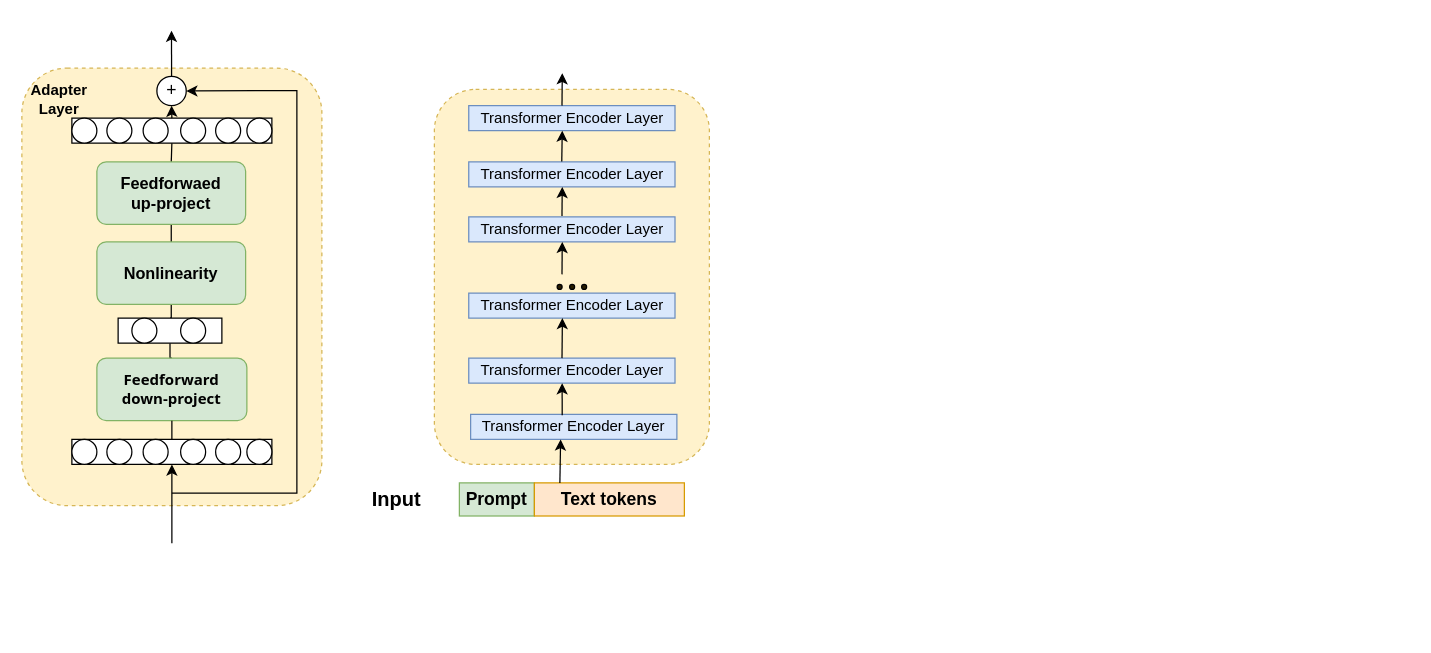
This is draw.io/预答辩.drawio from Liang-yonghui/draw, a draw.io file, before an edit. Source tidied: cells renumbered, new cells numbered last; positions are measured from the earlier drawing's top-left corner, leaving out a move shared by most shapes. Both pictures are drawn from the tidied source at 125%, with x=0, y=0 at pixel (21, 30).
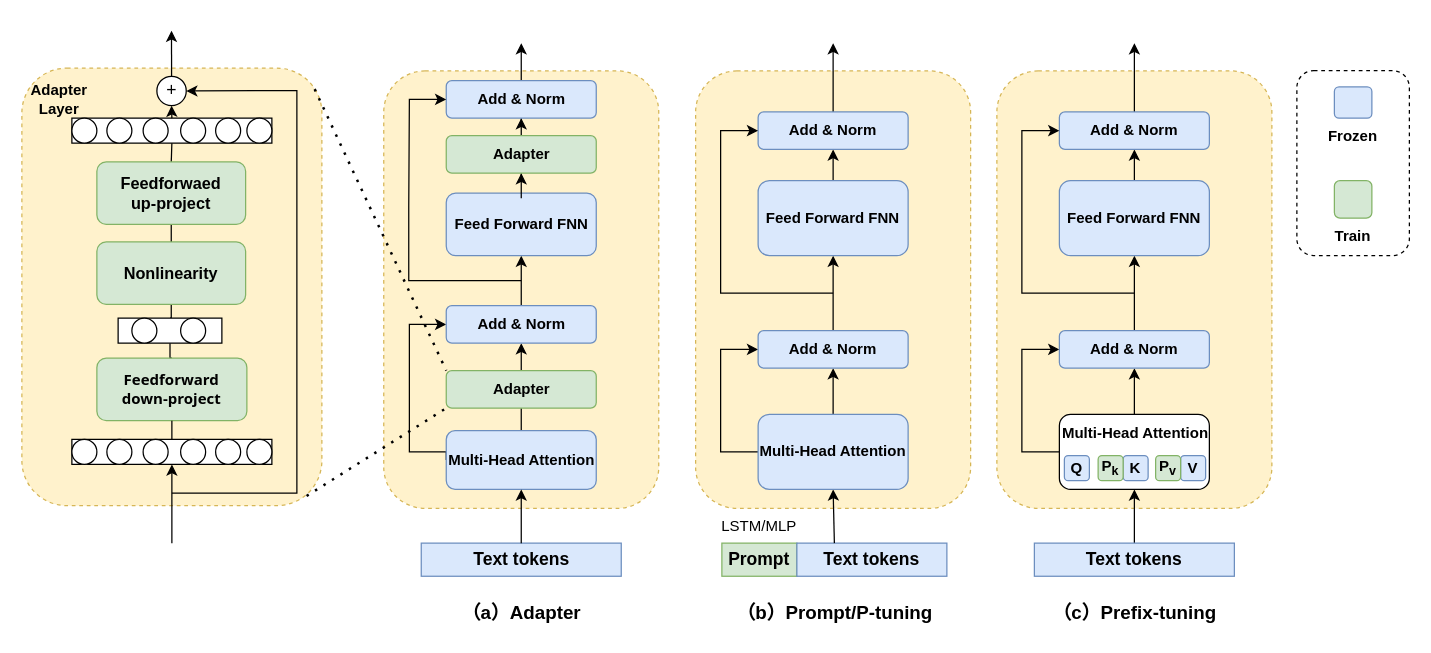
After the change.

Commit message (it also covers changes not shown here):
更新预答辩.drawio

The change refers to these unchanged cells:
```xml
<mxCell id="2" style="rounded=1;whiteSpace=wrap;html=1;dashed=1;fillColor=#fff2cc;strokeColor=#d6b656;" parent="1" vertex="1">
  <mxGeometry y="30" width="240" height="350" as="geometry" />
</mxCell>
```

What changed in the source:
```diff
@@
-    <mxCell id="36" style="rounded=1;whiteSpace=wrap;html=1;labelBorderColor=none;dashed=1;fillColor=#fff2cc;strokeColor=#d6b656;" parent="1" vertex="1">
-      <mxGeometry x="330" y="47" width="220" height="300" as="geometry" />
-    </mxCell>
-    <mxCell id="37" value="&lt;b&gt;&lt;font style=&quot;font-size: 16px;&quot;&gt;Input&lt;/font&gt;&lt;/b&gt;" style="text;html=1;align=center;verticalAlign=middle;whiteSpace=wrap;rounded=0;" parent="1" vertex="1">
-      <mxGeometry x="270" y="360" width="60" height="30" as="geometry" />
-    </mxCell>
-    <mxCell id="38" value="Transformer Encoder Layer" style="rounded=0;whiteSpace=wrap;html=1;fillColor=#dae8fc;strokeColor=#6c8ebf;" parent="1" vertex="1">
-      <mxGeometry x="359" y="307" width="165" height="20" as="geometry" />
-    </mxCell>
-    <mxCell id="39" value="Transformer Encoder Layer" style="rounded=0;whiteSpace=wrap;html=1;fillColor=#dae8fc;strokeColor=#6c8ebf;" parent="1" vertex="1">
-      <mxGeometry x="357.5" y="262" width="165" height="20" as="geometry" />
-    </mxCell>
-    <mxCell id="40" value="Transformer Encoder Layer" style="rounded=0;whiteSpace=wrap;html=1;fillColor=#dae8fc;strokeColor=#6c8ebf;" parent="1" vertex="1">
-      <mxGeometry x="357.5" y="210" width="165" height="20" as="geometry" />
-    </mxCell>
-    <mxCell id="41" style="ellipse;whiteSpace=wrap;html=1;fillStyle=auto;fillColor=#281D00;" parent="1" vertex="1">
-      <mxGeometry x="428.2" y="203" width="4" height="4" as="geometry" />
-    </mxCell>
-    <mxCell id="42" style="ellipse;whiteSpace=wrap;html=1;fillStyle=auto;fillColor=#281D00;" parent="1" vertex="1">
-      <mxGeometry x="438.2" y="203" width="4" height="4" as="geometry" />
-    </mxCell>
-    <mxCell id="43" style="ellipse;whiteSpace=wrap;html=1;fillStyle=auto;fillColor=#281D00;" parent="1" vertex="1">
-      <mxGeometry x="447.8" y="203" width="4" height="4" as="geometry" />
-    </mxCell>
-    <mxCell id="44" value="Transformer Encoder Layer" style="rounded=0;whiteSpace=wrap;html=1;fillColor=#dae8fc;strokeColor=#6c8ebf;" parent="1" vertex="1">
-      <mxGeometry x="357.5" y="149" width="165" height="20" as="geometry" />
-    </mxCell>
-    <mxCell id="45" value="Transformer Encoder Layer" style="rounded=0;whiteSpace=wrap;html=1;fillColor=#dae8fc;strokeColor=#6c8ebf;" parent="1" vertex="1">
-      <mxGeometry x="357.5" y="105" width="165" height="20" as="geometry" />
-    </mxCell>
-    <mxCell id="46" value="Transformer Encoder Layer" style="rounded=0;whiteSpace=wrap;html=1;fillColor=#dae8fc;strokeColor=#6c8ebf;" parent="1" vertex="1">
-      <mxGeometry x="357.5" y="60" width="165" height="20" as="geometry" />
-    </mxCell>
-    <mxCell id="47" style="group;" parent="1" vertex="1">
-      <mxGeometry x="350" y="361.8" width="180" height="26.5" as="geometry" />
-    </mxCell>
+    <mxCell id="57" style="rounded=1;whiteSpace=wrap;html=1;labelBorderColor=none;dashed=1;fillColor=#fff2cc;strokeColor=#d6b656;" parent="1" vertex="1">
+      <mxGeometry x="780" y="32.2" width="220" height="350" as="geometry" />
+    </mxCell>
+    <mxCell id="58" value="&lt;b&gt;&lt;font style=&quot;font-size: 14px;&quot;&gt;Text tokens&lt;/font&gt;&lt;/b&gt;" style="rounded=0;whiteSpace=wrap;html=1;fillColor=#dae8fc;strokeColor=#6c8ebf;" parent="1" vertex="1">
+      <mxGeometry x="319.5" y="410" width="160" height="26.5" as="geometry" />
+    </mxCell>
+    <mxCell id="59" style="group;" parent="1" vertex="1">
+      <mxGeometry x="560" y="410" width="180" height="26.5" as="geometry" />
+    </mxCell>
-    <mxCell id="48" value="&lt;b&gt;&lt;font style=&quot;font-size: 14px;&quot;&gt;Prompt&lt;/font&gt;&lt;/b&gt;" style="rounded=0;whiteSpace=wrap;html=1;fillColor=#d5e8d4;strokeColor=#82b366;" parent="47" vertex="1">
+    <mxCell id="48" value="&lt;b&gt;&lt;font style=&quot;font-size: 14px;&quot;&gt;Prompt&lt;/font&gt;&lt;/b&gt;" style="rounded=0;whiteSpace=wrap;html=1;fillColor=#d5e8d4;strokeColor=#82b366;" parent="59" vertex="1">
       <mxGeometry width="60" height="26.5" as="geometry" />
     </mxCell>
-    <mxCell id="49" value="&lt;b&gt;&lt;font style=&quot;font-size: 14px;&quot;&gt;Text tokens&lt;/font&gt;&lt;/b&gt;" style="rounded=0;whiteSpace=wrap;html=1;fillColor=#ffe6cc;strokeColor=#d79b00;" parent="47" vertex="1">
+    <mxCell id="49" value="&lt;b&gt;&lt;font style=&quot;font-size: 14px;&quot;&gt;Text tokens&lt;/font&gt;&lt;/b&gt;" style="rounded=0;whiteSpace=wrap;html=1;fillColor=#dae8fc;strokeColor=#6c8ebf;" parent="59" vertex="1">
       <mxGeometry x="60" width="120" height="26.5" as="geometry" />
     </mxCell>
+    <mxCell id="60" style="rounded=1;whiteSpace=wrap;html=1;labelBorderColor=none;dashed=1;fillColor=#fff2cc;strokeColor=#d6b656;" parent="1" vertex="1">
+      <mxGeometry x="539" y="32.2" width="220" height="350" as="geometry" />
+    </mxCell>
-    <mxCell id="50" style="endArrow=classic;html=1;rounded=0;entryX=0.131;entryY=1.011;entryDx=0;entryDy=0;entryPerimeter=0;exitX=0.17;exitY=0.001;exitDx=0;exitDy=0;exitPerimeter=0;" parent="1" edge="1" source="49">
-      <mxGeometry relative="1" as="geometry">
-        <mxPoint x="431" y="327" as="targetPoint" />
-      </mxGeometry>
+    <mxCell id="50" style="endArrow=classic;html=1;rounded=0;exitX=0.25;exitY=0;exitDx=0;exitDy=0;entryX=0.5;entryY=1;entryDx=0;entryDy=0;" parent="1" edge="1" source="49" target="63">
+      <mxGeometry relative="1" as="geometry" />
     </mxCell>
-    <mxCell id="51" style="endArrow=classic;html=1;rounded=0;entryX=0.131;entryY=1.011;entryDx=0;entryDy=0;entryPerimeter=0;exitX=0.444;exitY=0.039;exitDx=0;exitDy=0;exitPerimeter=0;" parent="1" edge="1" source="38">
-      <mxGeometry relative="1" as="geometry">
-        <mxPoint x="432.2" y="282" as="targetPoint" />
-      </mxGeometry>
-    </mxCell>
-    <mxCell id="52" style="endArrow=classic;html=1;rounded=0;entryX=0.454;entryY=0.996;entryDx=0;entryDy=0;entryPerimeter=0;exitX=0.444;exitY=0.039;exitDx=0;exitDy=0;exitPerimeter=0;" parent="1" edge="1" target="40">
-      <mxGeometry relative="1" as="geometry">
-        <mxPoint x="432.1" y="262" as="sourcePoint" />
-      </mxGeometry>
-    </mxCell>
-    <mxCell id="53" style="endArrow=classic;html=1;rounded=0;entryX=0.131;entryY=1.011;entryDx=0;entryDy=0;entryPerimeter=0;exitX=0.444;exitY=0.039;exitDx=0;exitDy=0;exitPerimeter=0;" parent="1" edge="1">
-      <mxGeometry relative="1" as="geometry">
-        <mxPoint x="432.1" y="195" as="sourcePoint" />
-        <mxPoint x="432.3" y="169" as="targetPoint" />
-      </mxGeometry>
-    </mxCell>
-    <mxCell id="54" style="endArrow=classic;html=1;rounded=0;entryX=0.131;entryY=1.011;entryDx=0;entryDy=0;entryPerimeter=0;exitX=0.452;exitY=-0.033;exitDx=0;exitDy=0;exitPerimeter=0;" parent="1" edge="1" source="44">
-      <mxGeometry relative="1" as="geometry">
-        <mxPoint x="432.3" y="125" as="targetPoint" />
-      </mxGeometry>
-    </mxCell>
-    <mxCell id="55" style="endArrow=classic;html=1;rounded=0;entryX=0.131;entryY=1.011;entryDx=0;entryDy=0;entryPerimeter=0;exitX=0.451;exitY=-0.013;exitDx=0;exitDy=0;exitPerimeter=0;" parent="1" edge="1" source="45">
-      <mxGeometry relative="1" as="geometry">
-        <mxPoint x="432.3" y="80" as="targetPoint" />
-      </mxGeometry>
-    </mxCell>
-    <mxCell id="56" style="endArrow=classic;html=1;rounded=0;entryX=0.131;entryY=1.011;entryDx=0;entryDy=0;entryPerimeter=0;exitX=0.444;exitY=0.039;exitDx=0;exitDy=0;exitPerimeter=0;" parent="1" edge="1">
-      <mxGeometry relative="1" as="geometry">
-        <mxPoint x="432.1" y="60" as="sourcePoint" />
-        <mxPoint x="432.3" y="34" as="targetPoint" />
-      </mxGeometry>
-    </mxCell>
+    <mxCell id="61" style="edgeStyle=orthogonalEdgeStyle;rounded=0;jettySize=auto;html=1;exitX=0;exitY=0.5;exitDx=0;exitDy=0;entryX=0;entryY=0.5;entryDx=0;entryDy=0;fontStyle=1;" parent="1" edge="1" source="63" target="65">
+      <mxGeometry relative="1" as="geometry">
+        <Array as="points">
+          <mxPoint x="559" y="337" />
+          <mxPoint x="559" y="255" />
+        </Array>
+      </mxGeometry>
+    </mxCell>
+    <mxCell id="62" style="edgeStyle=orthogonalEdgeStyle;rounded=0;jettySize=auto;html=1;entryX=0.5;entryY=1;entryDx=0;entryDy=0;" parent="1" edge="1" source="63" target="65">
+      <mxGeometry relative="1" as="geometry" />
+    </mxCell>
+    <mxCell id="63" value="&lt;b&gt;Multi-Head Attention&lt;/b&gt;" style="rounded=1;whiteSpace=wrap;html=1;fillColor=#dae8fc;strokeColor=#6c8ebf;" parent="1" vertex="1">
+      <mxGeometry x="589" y="307" width="120" height="60" as="geometry" />
+    </mxCell>
+    <mxCell id="64" style="edgeStyle=orthogonalEdgeStyle;rounded=0;jettySize=auto;html=1;entryX=0.5;entryY=1;entryDx=0;entryDy=0;" parent="1" edge="1" source="65" target="67">
+      <mxGeometry relative="1" as="geometry" />
+    </mxCell>
+    <mxCell id="65" value="&lt;b&gt;Add &amp;amp; Norm&lt;/b&gt;" style="rounded=1;whiteSpace=wrap;html=1;fillColor=#dae8fc;strokeColor=#6c8ebf;" parent="1" vertex="1">
+      <mxGeometry x="589" y="240" width="120" height="30" as="geometry" />
+    </mxCell>
+    <mxCell id="66" style="edgeStyle=orthogonalEdgeStyle;rounded=0;jettySize=auto;html=1;entryX=0.5;entryY=1;entryDx=0;entryDy=0;" parent="1" edge="1" source="67" target="69">
+      <mxGeometry relative="1" as="geometry" />
+    </mxCell>
+    <mxCell id="67" value="&lt;b&gt;Feed Forward FNN&lt;/b&gt;" style="rounded=1;whiteSpace=wrap;html=1;fillColor=#dae8fc;strokeColor=#6c8ebf;" parent="1" vertex="1">
+      <mxGeometry x="589" y="120" width="120" height="60" as="geometry" />
+    </mxCell>
+    <mxCell id="68" style="edgeStyle=orthogonalEdgeStyle;rounded=0;jettySize=auto;html=1;" parent="1" edge="1" source="69">
+      <mxGeometry relative="1" as="geometry">
+        <mxPoint x="649" y="10" as="targetPoint" />
+      </mxGeometry>
+    </mxCell>
+    <mxCell id="69" value="&lt;b&gt;Add &amp;amp; Norm&lt;/b&gt;" style="rounded=1;whiteSpace=wrap;html=1;fillColor=#dae8fc;strokeColor=#6c8ebf;" parent="1" vertex="1">
+      <mxGeometry x="589" y="65" width="120" height="30" as="geometry" />
+    </mxCell>
+    <mxCell id="70" style="endArrow=classic;html=1;rounded=0;entryX=0;entryY=0.5;entryDx=0;entryDy=0;" parent="1" edge="1" target="69">
+      <mxGeometry relative="1" as="geometry">
+        <mxPoint x="649" y="210" as="sourcePoint" />
+        <Array as="points">
+          <mxPoint x="559" y="210" />
+          <mxPoint x="559" y="150" />
+          <mxPoint x="559" y="80" />
+        </Array>
+      </mxGeometry>
+    </mxCell>
+    <mxCell id="71" value="LSTM/MLP" style="text;html=1;align=center;verticalAlign=middle;whiteSpace=wrap;rounded=0;" parent="1" vertex="1">
+      <mxGeometry x="560" y="382.2" width="60" height="30" as="geometry" />
+    </mxCell>
+    <mxCell id="72" style="edgeStyle=orthogonalEdgeStyle;rounded=0;jettySize=auto;html=1;entryX=0.5;entryY=1;entryDx=0;entryDy=0;" parent="1" edge="1" source="73" target="76">
+      <mxGeometry relative="1" as="geometry" />
+    </mxCell>
+    <mxCell id="73" value="&lt;b&gt;&lt;font style=&quot;font-size: 14px;&quot;&gt;Text tokens&lt;/font&gt;&lt;/b&gt;" style="rounded=0;whiteSpace=wrap;html=1;fillColor=#dae8fc;strokeColor=#6c8ebf;" parent="1" vertex="1">
+      <mxGeometry x="810" y="410" width="160" height="26.5" as="geometry" />
+    </mxCell>
+    <mxCell id="74" style="edgeStyle=orthogonalEdgeStyle;rounded=0;jettySize=auto;html=1;entryX=0;entryY=0.5;entryDx=0;entryDy=0;exitX=0;exitY=0.5;exitDx=0;exitDy=0;" parent="1" edge="1" source="76" target="84">
+      <mxGeometry relative="1" as="geometry">
+        <Array as="points">
+          <mxPoint x="800" y="337" />
+          <mxPoint x="800" y="255" />
+        </Array>
+      </mxGeometry>
+    </mxCell>
+    <mxCell id="75" style="edgeStyle=orthogonalEdgeStyle;rounded=0;jettySize=auto;html=1;entryX=0.5;entryY=1;entryDx=0;entryDy=0;" parent="1" edge="1" source="76" target="84">
+      <mxGeometry relative="1" as="geometry" />
+    </mxCell>
+    <mxCell id="76" style="rounded=1;whiteSpace=wrap;html=1;" parent="1" vertex="1">
+      <mxGeometry x="830" y="307" width="120" height="60" as="geometry" />
+    </mxCell>
+    <mxCell id="77" value="&lt;b&gt;Q&lt;/b&gt;" style="rounded=1;whiteSpace=wrap;html=1;fillColor=#dae8fc;strokeColor=#6c8ebf;" parent="1" vertex="1">
+      <mxGeometry x="834" y="340" width="20" height="20" as="geometry" />
+    </mxCell>
+    <mxCell id="78" value="&lt;b&gt;K&lt;/b&gt;" style="rounded=1;whiteSpace=wrap;html=1;fillColor=#dae8fc;strokeColor=#6c8ebf;" parent="1" vertex="1">
+      <mxGeometry x="881" y="340" width="20" height="20" as="geometry" />
+    </mxCell>
+    <mxCell id="79" value="&lt;b&gt;P&lt;sub&gt;k&lt;/sub&gt;&lt;/b&gt;" style="rounded=1;whiteSpace=wrap;html=1;fillColor=#d5e8d4;strokeColor=#82b366;" parent="1" vertex="1">
+      <mxGeometry x="861" y="340" width="20" height="20" as="geometry" />
+    </mxCell>
+    <mxCell id="80" value="&lt;b&gt;V&lt;/b&gt;" style="rounded=1;whiteSpace=wrap;html=1;fillColor=#dae8fc;strokeColor=#6c8ebf;" parent="1" vertex="1">
+      <mxGeometry x="927" y="340" width="20" height="20" as="geometry" />
+    </mxCell>
+    <mxCell id="81" value="&lt;b&gt;P&lt;sub&gt;v&lt;/sub&gt;&lt;/b&gt;" style="rounded=1;whiteSpace=wrap;html=1;fillColor=#d5e8d4;strokeColor=#82b366;" parent="1" vertex="1">
+      <mxGeometry x="907" y="340" width="20" height="20" as="geometry" />
+    </mxCell>
+    <mxCell id="82" value="&lt;b&gt;Multi-Head Attention&lt;/b&gt;" style="text;html=1;align=center;verticalAlign=middle;whiteSpace=wrap;rounded=0;" parent="1" vertex="1">
+      <mxGeometry x="828" y="312" width="126" height="20" as="geometry" />
+    </mxCell>
+    <mxCell id="83" style="edgeStyle=orthogonalEdgeStyle;rounded=0;jettySize=auto;html=1;entryX=0.5;entryY=1;entryDx=0;entryDy=0;" parent="1" edge="1" source="84" target="86">
+      <mxGeometry relative="1" as="geometry" />
+    </mxCell>
+    <mxCell id="84" value="&lt;b&gt;Add &amp;amp; Norm&lt;/b&gt;" style="rounded=1;whiteSpace=wrap;html=1;fillColor=#dae8fc;strokeColor=#6c8ebf;" parent="1" vertex="1">
+      <mxGeometry x="830" y="240" width="120" height="30" as="geometry" />
+    </mxCell>
+    <mxCell id="85" style="edgeStyle=orthogonalEdgeStyle;rounded=0;jettySize=auto;html=1;entryX=0.5;entryY=1;entryDx=0;entryDy=0;" parent="1" edge="1" source="86" target="88">
+      <mxGeometry relative="1" as="geometry" />
+    </mxCell>
+    <mxCell id="86" value="&lt;b&gt;Feed Forward FNN&lt;/b&gt;" style="rounded=1;whiteSpace=wrap;html=1;fillColor=#dae8fc;strokeColor=#6c8ebf;" parent="1" vertex="1">
+      <mxGeometry x="830" y="120" width="120" height="60" as="geometry" />
+    </mxCell>
+    <mxCell id="87" style="edgeStyle=orthogonalEdgeStyle;rounded=0;jettySize=auto;html=1;" parent="1" edge="1" source="88">
+      <mxGeometry relative="1" as="geometry">
+        <mxPoint x="890" y="10" as="targetPoint" />
+      </mxGeometry>
+    </mxCell>
+    <mxCell id="88" value="&lt;b&gt;Add &amp;amp; Norm&lt;/b&gt;" style="rounded=1;whiteSpace=wrap;html=1;fillColor=#dae8fc;strokeColor=#6c8ebf;" parent="1" vertex="1">
+      <mxGeometry x="830" y="65" width="120" height="30" as="geometry" />
+    </mxCell>
+    <mxCell id="89" style="endArrow=classic;html=1;rounded=0;entryX=0;entryY=0.5;entryDx=0;entryDy=0;" parent="1" edge="1" target="88">
+      <mxGeometry relative="1" as="geometry">
+        <mxPoint x="890" y="210" as="sourcePoint" />
+        <Array as="points">
+          <mxPoint x="800" y="210" />
+          <mxPoint x="800" y="150" />
+          <mxPoint x="800" y="80" />
+        </Array>
+      </mxGeometry>
+    </mxCell>
+    <mxCell id="90" style="rounded=1;whiteSpace=wrap;html=1;labelBorderColor=none;dashed=1;fillColor=#fff2cc;strokeColor=#d6b656;" parent="1" vertex="1">
+      <mxGeometry x="289.5" y="32.2" width="220" height="350" as="geometry" />
+    </mxCell>
+    <mxCell id="91" style="edgeStyle=orthogonalEdgeStyle;rounded=0;jettySize=auto;html=1;exitX=0;exitY=0.5;exitDx=0;exitDy=0;entryX=0;entryY=0.5;entryDx=0;entryDy=0;fontStyle=1;" parent="1" edge="1" source="93" target="95">
+      <mxGeometry relative="1" as="geometry">
+        <Array as="points">
+          <mxPoint x="310" y="337" />
+          <mxPoint x="310" y="235" />
+        </Array>
+      </mxGeometry>
+    </mxCell>
+    <mxCell id="92" style="edgeStyle=orthogonalEdgeStyle;rounded=0;jettySize=auto;html=1;entryX=0.5;entryY=1;entryDx=0;entryDy=0;" parent="1" edge="1" source="93" target="95">
+      <mxGeometry relative="1" as="geometry" />
+    </mxCell>
+    <mxCell id="93" value="&lt;b&gt;Multi-Head Attention&lt;/b&gt;" style="rounded=1;whiteSpace=wrap;html=1;fillColor=#dae8fc;strokeColor=#6c8ebf;" parent="1" vertex="1">
+      <mxGeometry x="339.5" y="320" width="120" height="47" as="geometry" />
+    </mxCell>
+    <mxCell id="94" style="edgeStyle=orthogonalEdgeStyle;rounded=0;jettySize=auto;html=1;entryX=0.5;entryY=1;entryDx=0;entryDy=0;" parent="1" edge="1" source="95" target="97">
+      <mxGeometry relative="1" as="geometry" />
+    </mxCell>
+    <mxCell id="95" value="&lt;b&gt;Add &amp;amp; Norm&lt;/b&gt;" style="rounded=1;whiteSpace=wrap;html=1;fillColor=#dae8fc;strokeColor=#6c8ebf;" parent="1" vertex="1">
+      <mxGeometry x="339.5" y="220" width="120" height="30" as="geometry" />
+    </mxCell>
+    <mxCell id="96" style="edgeStyle=orthogonalEdgeStyle;rounded=0;jettySize=auto;html=1;entryX=0.5;entryY=1;entryDx=0;entryDy=0;" parent="1" edge="1" source="104" target="99">
+      <mxGeometry relative="1" as="geometry" />
+    </mxCell>
+    <mxCell id="97" value="&lt;b&gt;Feed Forward FNN&lt;/b&gt;" style="rounded=1;whiteSpace=wrap;html=1;fillColor=#dae8fc;strokeColor=#6c8ebf;" parent="1" vertex="1">
+      <mxGeometry x="339.5" y="130" width="120" height="50" as="geometry" />
+    </mxCell>
+    <mxCell id="98" style="edgeStyle=orthogonalEdgeStyle;rounded=0;jettySize=auto;html=1;" parent="1" edge="1" source="99">
+      <mxGeometry relative="1" as="geometry">
+        <mxPoint x="399.5" y="10" as="targetPoint" />
+      </mxGeometry>
+    </mxCell>
+    <mxCell id="99" value="&lt;b&gt;Add &amp;amp; Norm&lt;/b&gt;" style="rounded=1;whiteSpace=wrap;html=1;fillColor=#dae8fc;strokeColor=#6c8ebf;" parent="1" vertex="1">
+      <mxGeometry x="339.5" y="40" width="120" height="30" as="geometry" />
+    </mxCell>
+    <mxCell id="100" style="endArrow=classic;html=1;rounded=0;entryX=0;entryY=0.5;entryDx=0;entryDy=0;" parent="1" edge="1" target="99">
+      <mxGeometry relative="1" as="geometry">
+        <mxPoint x="399.5" y="200" as="sourcePoint" />
+        <Array as="points">
+          <mxPoint x="309.5" y="200" />
+          <mxPoint x="309.5" y="140" />
+          <mxPoint x="310" y="55" />
+        </Array>
+      </mxGeometry>
+    </mxCell>
+    <mxCell id="101" style="edgeStyle=orthogonalEdgeStyle;rounded=0;jettySize=auto;html=1;entryX=0.5;entryY=1;entryDx=0;entryDy=0;" parent="1" edge="1" source="58" target="93">
+      <mxGeometry relative="1" as="geometry" />
+    </mxCell>
+    <mxCell id="102" value="&lt;b&gt;Adapter&lt;/b&gt;" style="rounded=1;whiteSpace=wrap;html=1;fillColor=#d5e8d4;strokeColor=#82b366;" parent="1" vertex="1">
+      <mxGeometry x="339.5" y="272" width="120" height="30" as="geometry" />
+    </mxCell>
+    <mxCell id="103" style="edgeStyle=orthogonalEdgeStyle;rounded=0;jettySize=auto;html=1;entryX=0.5;entryY=1;entryDx=0;entryDy=0;" parent="1" edge="1" source="97" target="104">
+      <mxGeometry relative="1" as="geometry" />
+    </mxCell>
+    <mxCell id="104" value="&lt;b&gt;Adapter&lt;/b&gt;" style="rounded=1;whiteSpace=wrap;html=1;fillColor=#d5e8d4;strokeColor=#82b366;" parent="1" vertex="1">
+      <mxGeometry x="339.5" y="84" width="120" height="30" as="geometry" />
+    </mxCell>
+    <mxCell id="105" style="endArrow=none;dashed=1;html=1;dashPattern=1 3;strokeWidth=2;rounded=0;entryX=0;entryY=0;entryDx=0;entryDy=0;exitX=0.976;exitY=0.048;exitDx=0;exitDy=0;exitPerimeter=0;" parent="1" edge="1" source="2" target="102">
+      <mxGeometry relative="1" as="geometry" />
+    </mxCell>
+    <mxCell id="106" style="endArrow=none;dashed=1;html=1;dashPattern=1 3;strokeWidth=2;rounded=0;entryX=0;entryY=1;entryDx=0;entryDy=0;exitX=0.949;exitY=0.978;exitDx=0;exitDy=0;exitPerimeter=0;" parent="1" edge="1" source="2" target="102">
+      <mxGeometry relative="1" as="geometry" />
+    </mxCell>
+    <mxCell id="107" style="rounded=1;whiteSpace=wrap;html=1;dashed=1;" parent="1" vertex="1">
+      <mxGeometry x="1020" y="32" width="90" height="148" as="geometry" />
+    </mxCell>
+    <mxCell id="108" style="rounded=1;whiteSpace=wrap;html=1;fillColor=#d5e8d4;strokeColor=#82b366;" parent="1" vertex="1">
+      <mxGeometry x="1050" y="120" width="30" height="30" as="geometry" />
+    </mxCell>
+    <mxCell id="109" style="rounded=1;whiteSpace=wrap;html=1;fillColor=#dae8fc;strokeColor=#6c8ebf;" parent="1" vertex="1">
+      <mxGeometry x="1050" y="45" width="30" height="25" as="geometry" />
+    </mxCell>
+    <mxCell id="110" value="&lt;b&gt;Frozen&lt;/b&gt;" style="text;html=1;align=center;verticalAlign=middle;whiteSpace=wrap;rounded=0;" parent="1" vertex="1">
+      <mxGeometry x="1035" y="70" width="60" height="30" as="geometry" />
+    </mxCell>
+    <mxCell id="111" value="&lt;b&gt;Train&lt;/b&gt;" style="text;html=1;align=center;verticalAlign=middle;whiteSpace=wrap;rounded=0;" parent="1" vertex="1">
+      <mxGeometry x="1035" y="150" width="60" height="30" as="geometry" />
+    </mxCell>
+    <mxCell id="112" value="&lt;font style=&quot;font-size: 15px;&quot;&gt;（a）Adapter&lt;/font&gt;" style="text;html=1;align=center;verticalAlign=middle;whiteSpace=wrap;rounded=0;fontStyle=1;" parent="1" vertex="1">
+      <mxGeometry x="344.5" y="450" width="110" height="30" as="geometry" />
+    </mxCell>
+    <mxCell id="113" value="&lt;font style=&quot;font-size: 15px;&quot;&gt;（b）Prompt/P-tuning&lt;/font&gt;" style="text;html=1;align=center;verticalAlign=middle;whiteSpace=wrap;rounded=0;fontStyle=1;" parent="1" vertex="1">
+      <mxGeometry x="561.8" y="450" width="176.5" height="30" as="geometry" />
+    </mxCell>
+    <mxCell id="114" value="&lt;font style=&quot;font-size: 15px;&quot;&gt;（c）Prefix-tuning&lt;/font&gt;" style="text;html=1;align=center;verticalAlign=middle;whiteSpace=wrap;rounded=0;fontStyle=1;" parent="1" vertex="1">
+      <mxGeometry x="817.5" y="450" width="145" height="30" as="geometry" />
+    </mxCell>
```
